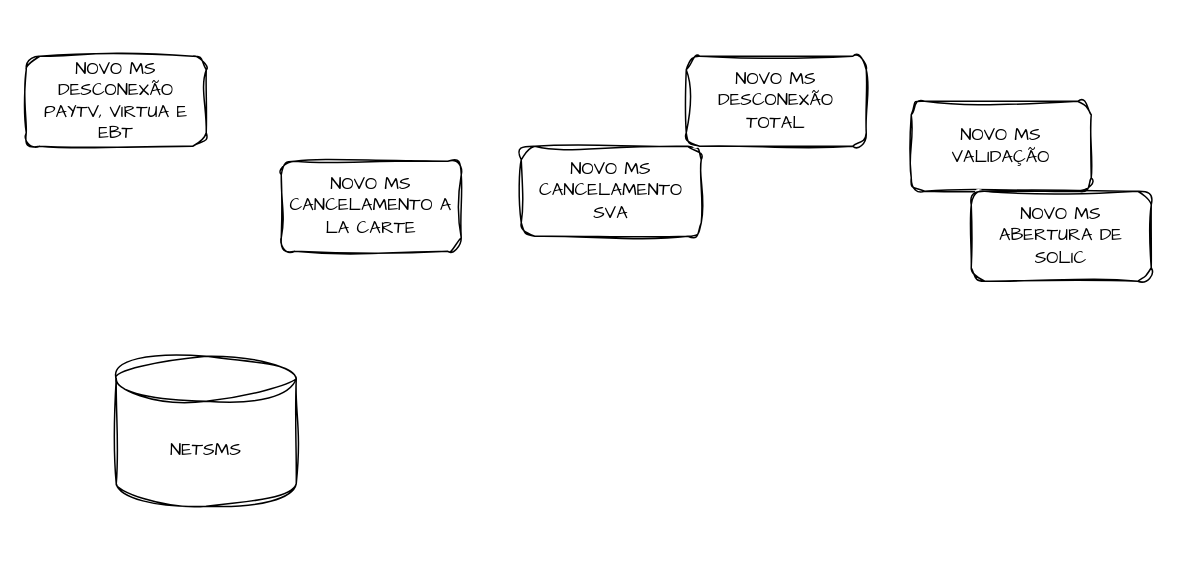
Before: Cancelamento via NBA.drawio in samirali/ClaroBrasil, a draw.io diagram. Source tidied: cells renumbered, new cells numbered last; positions are measured from the earlier drawing's top-left corner, leaving out a move shared by most shapes. Both pictures are drawn from the tidied source at 150%, with x=0, y=0 at pixel (26, 56).
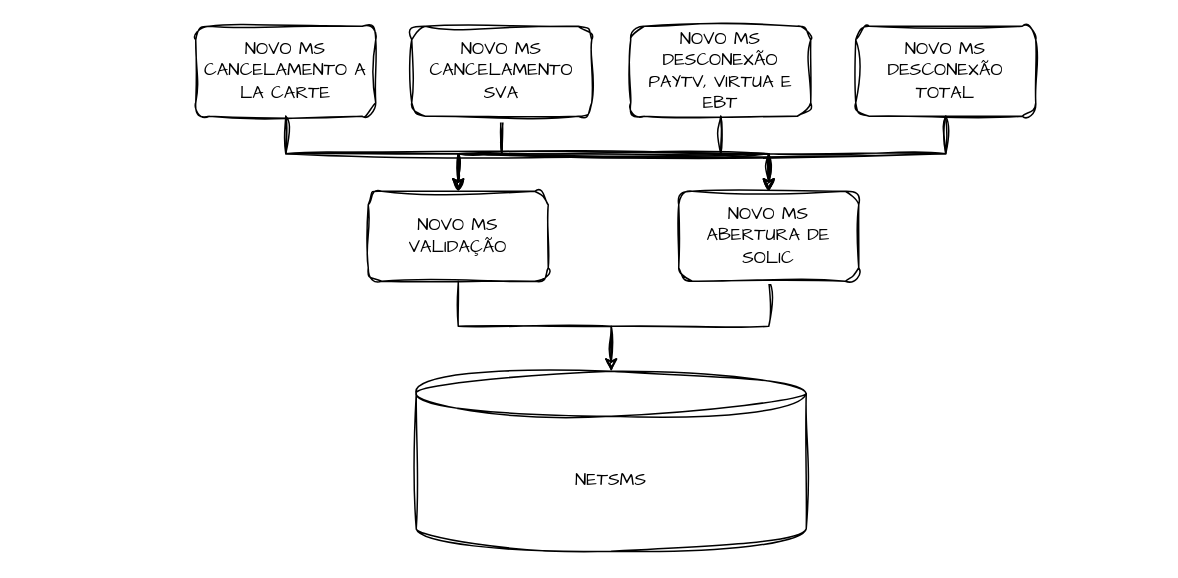
Above is the later version.

What changed in the source:
```diff
@@
 <mxGraphModel>
   <root>
     <mxCell id="0" />
     <mxCell id="1" parent="0" />
     <mxCell id="2" value="NETSMS" style="shape=cylinder3;whiteSpace=wrap;html=1;boundedLbl=1;backgroundOutline=1;size=15;sketch=1;hachureGap=4;jiggle=2;curveFitting=1;fontFamily=Architects Daughter;" parent="1" vertex="1">
-      <mxGeometry x="60" y="200" width="120" height="100" as="geometry" />
+      <mxGeometry x="260" y="210" width="260" height="120" as="geometry" />
     </mxCell>
     <mxCell id="3" value="NOVO MS VALIDAÇÃO" style="rounded=1;whiteSpace=wrap;html=1;sketch=1;hachureGap=4;jiggle=2;curveFitting=1;fontFamily=Architects Daughter;" parent="1" vertex="1">
-      <mxGeometry x="590" y="30" width="120" height="60" as="geometry" />
+      <mxGeometry x="228" y="90" width="120" height="60" as="geometry" />
     </mxCell>
+    <mxCell id="9" style="edgeStyle=orthogonalEdgeStyle;rounded=0;sketch=1;hachureGap=4;jiggle=2;curveFitting=1;jettySize=auto;html=1;fontFamily=Architects Daughter;" parent="1" edge="1" source="4" target="2">
+      <mxGeometry relative="1" as="geometry" />
+    </mxCell>
     <mxCell id="4" value="NOVO MS ABERTURA DE SOLIC" style="rounded=1;whiteSpace=wrap;html=1;sketch=1;hachureGap=4;jiggle=2;curveFitting=1;fontFamily=Architects Daughter;" parent="1" vertex="1">
-      <mxGeometry x="630" y="90" width="120" height="60" as="geometry" />
+      <mxGeometry x="435" y="90" width="120" height="60" as="geometry" />
     </mxCell>
+    <mxCell id="10" style="edgeStyle=orthogonalEdgeStyle;rounded=0;sketch=1;hachureGap=4;jiggle=2;curveFitting=1;jettySize=auto;html=1;fontFamily=Architects Daughter;" parent="1" edge="1" source="5" target="3">
+      <mxGeometry relative="1" as="geometry" />
+    </mxCell>
+    <mxCell id="11" style="edgeStyle=orthogonalEdgeStyle;rounded=0;sketch=1;hachureGap=4;jiggle=2;curveFitting=1;jettySize=auto;html=1;entryX=0.5;entryY=0;entryDx=0;entryDy=0;fontFamily=Architects Daughter;exitX=0.5;exitY=1;exitDx=0;exitDy=0;" parent="1" edge="1" source="5" target="4">
+      <mxGeometry relative="1" as="geometry" />
+    </mxCell>
     <mxCell id="5" value="NOVO MS CANCELAMENTO A LA CARTE" style="rounded=1;whiteSpace=wrap;html=1;sketch=1;hachureGap=4;jiggle=2;curveFitting=1;fontFamily=Architects Daughter;" parent="1" vertex="1">
-      <mxGeometry x="170" y="70" width="120" height="60" as="geometry" />
+      <mxGeometry x="113" y="-20" width="120" height="60" as="geometry" />
     </mxCell>
+    <mxCell id="12" style="edgeStyle=orthogonalEdgeStyle;rounded=0;sketch=1;hachureGap=4;jiggle=2;curveFitting=1;jettySize=auto;html=1;entryX=0.5;entryY=0;entryDx=0;entryDy=0;fontFamily=Architects Daughter;" parent="1" edge="1" source="6" target="3">
+      <mxGeometry relative="1" as="geometry" />
+    </mxCell>
+    <mxCell id="13" style="edgeStyle=orthogonalEdgeStyle;rounded=0;sketch=1;hachureGap=4;jiggle=2;curveFitting=1;jettySize=auto;html=1;entryX=0.5;entryY=0;entryDx=0;entryDy=0;fontFamily=Architects Daughter;exitX=0.5;exitY=1;exitDx=0;exitDy=0;" parent="1" edge="1" source="6" target="4">
+      <mxGeometry relative="1" as="geometry" />
+    </mxCell>
     <mxCell id="6" value="NOVO MS CANCELAMENTO SVA" style="rounded=1;whiteSpace=wrap;html=1;sketch=1;hachureGap=4;jiggle=2;curveFitting=1;fontFamily=Architects Daughter;" parent="1" vertex="1">
-      <mxGeometry x="330" y="60" width="120" height="60" as="geometry" />
+      <mxGeometry x="257" y="-20" width="120" height="60" as="geometry" />
     </mxCell>
+    <mxCell id="14" style="edgeStyle=orthogonalEdgeStyle;rounded=0;sketch=1;hachureGap=4;jiggle=2;curveFitting=1;jettySize=auto;html=1;entryX=0.5;entryY=0;entryDx=0;entryDy=0;fontFamily=Architects Daughter;exitX=0.5;exitY=1;exitDx=0;exitDy=0;" parent="1" edge="1" source="7" target="3">
+      <mxGeometry relative="1" as="geometry" />
+    </mxCell>
+    <mxCell id="15" style="edgeStyle=orthogonalEdgeStyle;rounded=0;sketch=1;hachureGap=4;jiggle=2;curveFitting=1;jettySize=auto;html=1;entryX=0.5;entryY=0;entryDx=0;entryDy=0;fontFamily=Architects Daughter;" parent="1" edge="1" source="7" target="4">
+      <mxGeometry relative="1" as="geometry" />
+    </mxCell>
     <mxCell id="7" value="NOVO MS DESCONEXÃO PAYTV, VIRTUA E EBT" style="rounded=1;whiteSpace=wrap;html=1;sketch=1;hachureGap=4;jiggle=2;curveFitting=1;fontFamily=Architects Daughter;" parent="1" vertex="1">
-      <mxGeometry width="120" height="60" as="geometry" />
+      <mxGeometry x="403" y="-20" width="120" height="60" as="geometry" />
     </mxCell>
+    <mxCell id="16" style="edgeStyle=orthogonalEdgeStyle;rounded=0;sketch=1;hachureGap=4;jiggle=2;curveFitting=1;jettySize=auto;html=1;entryX=0.5;entryY=0;entryDx=0;entryDy=0;fontFamily=Architects Daughter;exitX=0.5;exitY=1;exitDx=0;exitDy=0;" parent="1" edge="1" source="8" target="3">
+      <mxGeometry relative="1" as="geometry" />
+    </mxCell>
+    <mxCell id="17" style="edgeStyle=orthogonalEdgeStyle;rounded=0;sketch=1;hachureGap=4;jiggle=2;curveFitting=1;jettySize=auto;html=1;entryX=0.5;entryY=0;entryDx=0;entryDy=0;fontFamily=Architects Daughter;exitX=0.5;exitY=1;exitDx=0;exitDy=0;" parent="1" edge="1" source="8" target="4">
+      <mxGeometry relative="1" as="geometry" />
+    </mxCell>
     <mxCell id="8" value="NOVO MS DESCONEXÃO TOTAL" style="rounded=1;whiteSpace=wrap;html=1;sketch=1;hachureGap=4;jiggle=2;curveFitting=1;fontFamily=Architects Daughter;" parent="1" vertex="1">
-      <mxGeometry x="440" width="120" height="60" as="geometry" />
+      <mxGeometry x="553" y="-20" width="120" height="60" as="geometry" />
     </mxCell>
+    <mxCell id="18" style="edgeStyle=orthogonalEdgeStyle;rounded=0;sketch=1;hachureGap=4;jiggle=2;curveFitting=1;jettySize=auto;html=1;entryX=0.5;entryY=0;entryDx=0;entryDy=0;entryPerimeter=0;fontFamily=Architects Daughter;" parent="1" edge="1" source="3" target="2">
+      <mxGeometry relative="1" as="geometry" />
+    </mxCell>
   </root>
 </mxGraphModel>
```
